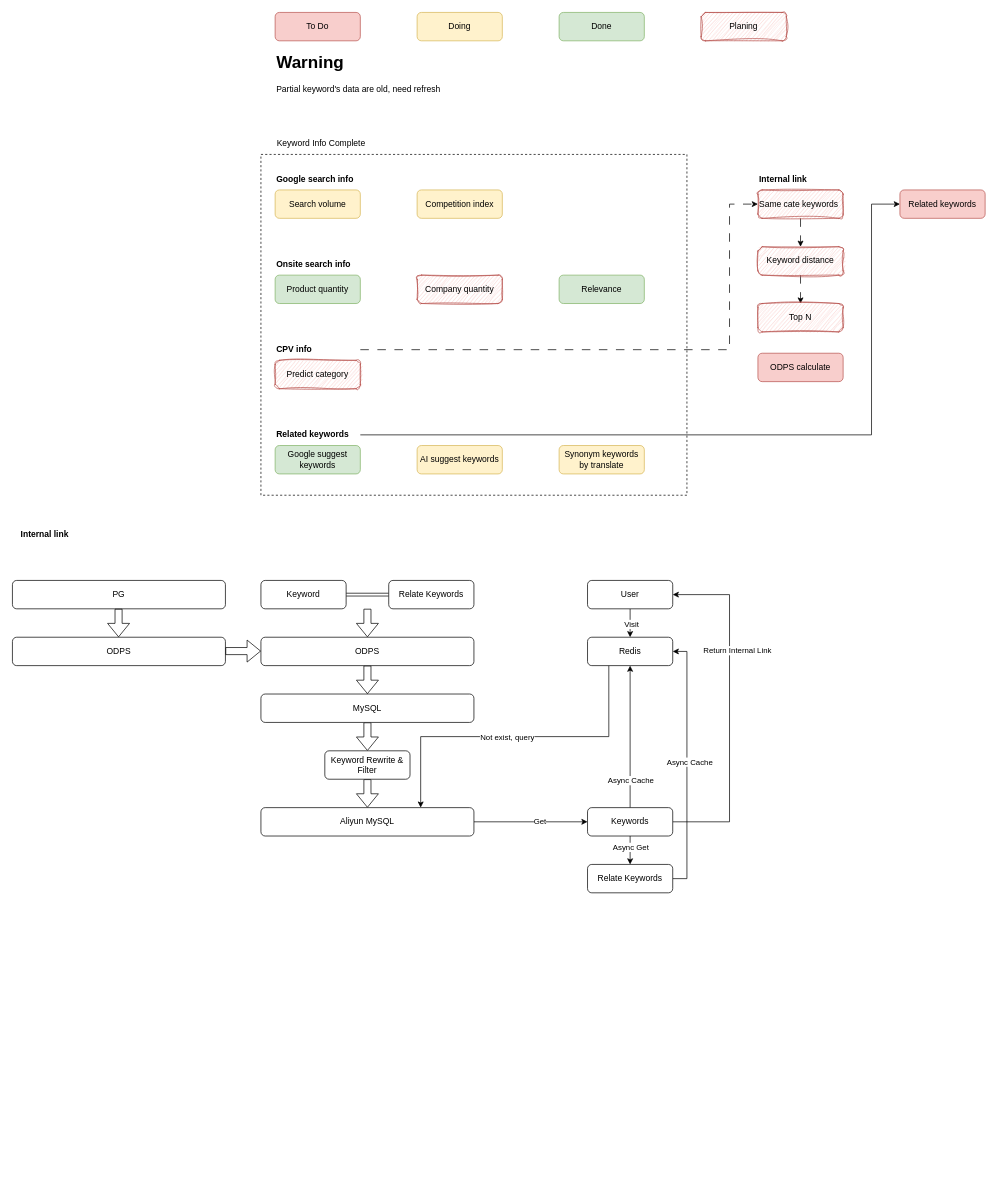
The draw.io diagram drawio/keyword_optimize.drawio in VisableHarry/seo-drawio, before the edit. Source tidied: cells renumbered, new cells numbered last; positions are measured from the earlier drawing's top-left corner, leaving out a move shared by most shapes. Both pictures are drawn from the tidied source at 71%, with x=0, y=0 at pixel (12, 12).
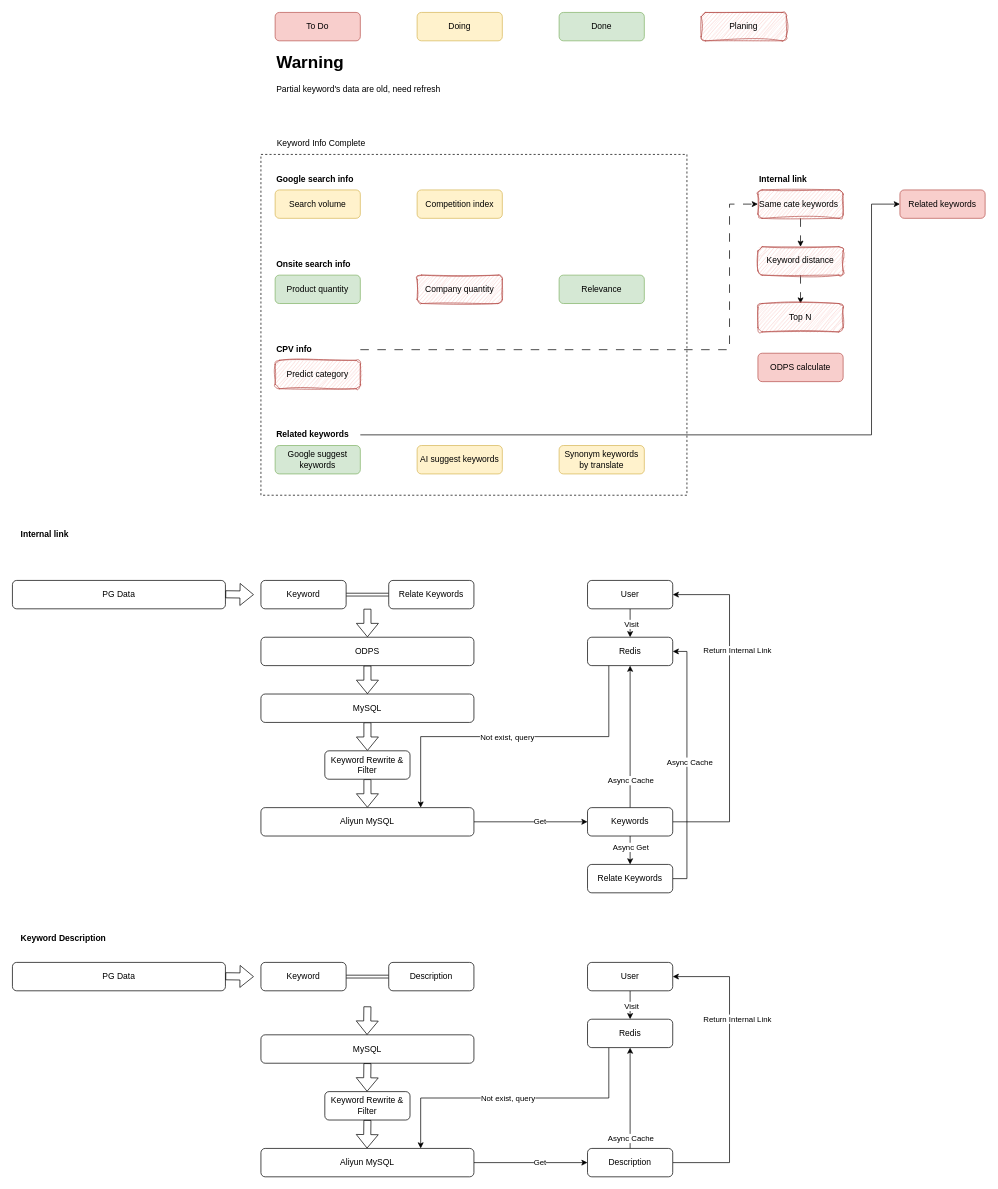
The same diagram, later.

What changed in the source:
```diff
@@
-    <mxCell id="62" value="PG" style="rounded=1;whiteSpace=wrap;html=1;" parent="1" vertex="1">
+    <mxCell id="62" value="PG Data" style="rounded=1;whiteSpace=wrap;html=1;" parent="1" vertex="1">
       <mxGeometry y="800" width="300" height="40" as="geometry" />
     </mxCell>
-    <mxCell id="63" value="ODPS" style="rounded=1;whiteSpace=wrap;html=1;" parent="1" vertex="1">
-      <mxGeometry y="880" width="300" height="40" as="geometry" />
-    </mxCell>
-    <mxCell id="64" style="shape=flexArrow;endArrow=classic;html=1;rounded=0;" parent="1" edge="1">
-      <mxGeometry relative="1" as="geometry">
-        <mxPoint x="149.5" y="840" as="sourcePoint" />
-        <mxPoint x="149.5" y="880" as="targetPoint" />
-      </mxGeometry>
-    </mxCell>
     <mxCell id="65" style="shape=flexArrow;endArrow=classic;html=1;rounded=0;" parent="1" edge="1">
       <mxGeometry relative="1" as="geometry">
-        <mxPoint x="300" y="899.5" as="sourcePoint" />
-        <mxPoint x="350" y="899.5" as="targetPoint" />
+        <mxPoint x="300" y="819.5" as="sourcePoint" />
+        <mxPoint x="340" y="820" as="targetPoint" />
       </mxGeometry>
     </mxCell>
+    <mxCell id="66" style="edgeStyle=orthogonalEdgeStyle;rounded=0;jettySize=auto;html=1;exitX=1;exitY=0.5;exitDx=0;exitDy=0;entryX=0;entryY=0.5;entryDx=0;entryDy=0;shape=link;" parent="1" edge="1" source="67" target="68">
+      <mxGeometry relative="1" as="geometry" />
+    </mxCell>
+    <mxCell id="67" value="Keyword" style="rounded=1;whiteSpace=wrap;html=1;" parent="1" vertex="1">
+      <mxGeometry x="350" y="1338" width="120" height="40" as="geometry" />
+    </mxCell>
+    <mxCell id="68" value="Description" style="rounded=1;whiteSpace=wrap;html=1;" parent="1" vertex="1">
+      <mxGeometry x="530" y="1338" width="120" height="40" as="geometry" />
+    </mxCell>
+    <mxCell id="69" value="MySQL" style="rounded=1;whiteSpace=wrap;html=1;" parent="1" vertex="1">
+      <mxGeometry x="350" y="1440" width="300" height="40" as="geometry" />
+    </mxCell>
+    <mxCell id="70" value="Keyword Rewrite &amp;amp; Filter" style="rounded=1;whiteSpace=wrap;html=1;" parent="1" vertex="1">
+      <mxGeometry x="440" y="1520" width="120" height="40" as="geometry" />
+    </mxCell>
+    <mxCell id="71" style="edgeStyle=orthogonalEdgeStyle;rounded=0;jettySize=auto;html=1;exitX=1;exitY=0.5;exitDx=0;exitDy=0;entryX=0;entryY=0.5;entryDx=0;entryDy=0;" parent="1" edge="1" source="73" target="84">
+      <mxGeometry relative="1" as="geometry" />
+    </mxCell>
+    <mxCell id="72" value="Get" style="edgeLabel;html=1;align=center;verticalAlign=middle;" parent="71" vertex="1">
+      <mxGeometry x="0.15" y="2" relative="1" as="geometry">
+        <mxPoint y="1" as="offset" />
+      </mxGeometry>
+    </mxCell>
+    <mxCell id="73" value="Aliyun MySQL" style="rounded=1;whiteSpace=wrap;html=1;" parent="1" vertex="1">
+      <mxGeometry x="350" y="1600" width="300" height="40" as="geometry" />
+    </mxCell>
+    <mxCell id="74" style="edgeStyle=orthogonalEdgeStyle;rounded=0;jettySize=auto;html=1;exitX=0.5;exitY=1;exitDx=0;exitDy=0;entryX=0.5;entryY=0;entryDx=0;entryDy=0;" parent="1" edge="1" source="76" target="79">
+      <mxGeometry relative="1" as="geometry" />
+    </mxCell>
+    <mxCell id="75" value="Visit" style="edgeLabel;html=1;align=center;verticalAlign=middle;" parent="74" vertex="1">
+      <mxGeometry x="0.03" y="1" relative="1" as="geometry" />
+    </mxCell>
+    <mxCell id="76" value="User" style="rounded=1;whiteSpace=wrap;html=1;" parent="1" vertex="1">
+      <mxGeometry x="810" y="1338" width="120" height="40" as="geometry" />
+    </mxCell>
+    <mxCell id="77" style="edgeStyle=orthogonalEdgeStyle;rounded=0;jettySize=auto;html=1;exitX=0.25;exitY=1;exitDx=0;exitDy=0;entryX=0.75;entryY=0;entryDx=0;entryDy=0;" parent="1" edge="1" source="79" target="73">
+      <mxGeometry relative="1" as="geometry" />
+    </mxCell>
+    <mxCell id="78" value="Not exist, query" style="edgeLabel;html=1;align=center;verticalAlign=middle;" parent="77" vertex="1">
+      <mxGeometry x="0.05" relative="1" as="geometry" />
+    </mxCell>
+    <mxCell id="79" value="Redis" style="rounded=1;whiteSpace=wrap;html=1;" parent="1" vertex="1">
+      <mxGeometry x="810" y="1418" width="120" height="40" as="geometry" />
+    </mxCell>
+    <mxCell id="80" style="edgeStyle=orthogonalEdgeStyle;rounded=0;jettySize=auto;html=1;exitX=0.5;exitY=0;exitDx=0;exitDy=0;entryX=0.5;entryY=1;entryDx=0;entryDy=0;" parent="1" edge="1" source="84" target="79">
+      <mxGeometry relative="1" as="geometry" />
+    </mxCell>
+    <mxCell id="81" value="Async Cache" style="edgeLabel;html=1;align=center;verticalAlign=middle;" parent="80" vertex="1">
+      <mxGeometry x="-0.17" relative="1" as="geometry">
+        <mxPoint y="44" as="offset" />
+      </mxGeometry>
+    </mxCell>
+    <mxCell id="82" style="edgeStyle=orthogonalEdgeStyle;rounded=0;jettySize=auto;html=1;exitX=1;exitY=0.5;exitDx=0;exitDy=0;entryX=1;entryY=0.5;entryDx=0;entryDy=0;" parent="1" edge="1" source="84" target="76">
+      <mxGeometry relative="1" as="geometry">
+        <Array as="points">
+          <mxPoint x="1010" y="1620" />
+          <mxPoint x="1010" y="1358" />
+        </Array>
+      </mxGeometry>
+    </mxCell>
+    <mxCell id="83" value="Return Internal Link" style="edgeLabel;html=1;align=center;verticalAlign=middle;" parent="82" vertex="1">
+      <mxGeometry x="0.34" y="-1" relative="1" as="geometry">
+        <mxPoint x="9" as="offset" />
+      </mxGeometry>
+    </mxCell>
+    <mxCell id="84" value="Description" style="rounded=1;whiteSpace=wrap;html=1;" parent="1" vertex="1">
+      <mxGeometry x="810" y="1600" width="120" height="40" as="geometry" />
+    </mxCell>
+    <mxCell id="85" value="PG Data" style="rounded=1;whiteSpace=wrap;html=1;" parent="1" vertex="1">
+      <mxGeometry y="1338" width="300" height="40" as="geometry" />
+    </mxCell>
+    <mxCell id="86" style="shape=flexArrow;endArrow=classic;html=1;rounded=0;" parent="1" edge="1">
+      <mxGeometry relative="1" as="geometry">
+        <mxPoint x="300" y="1357.5" as="sourcePoint" />
+        <mxPoint x="340" y="1358" as="targetPoint" />
+      </mxGeometry>
+    </mxCell>
+    <mxCell id="87" value="Keyword Description" style="text;html=1;align=left;verticalAlign=middle;whiteSpace=wrap;rounded=0;fontStyle=1;" parent="1" vertex="1">
+      <mxGeometry x="10" y="1289" width="140" height="30" as="geometry" />
+    </mxCell>
+    <mxCell id="88" style="shape=flexArrow;endArrow=classic;html=1;rounded=0;" parent="1" edge="1">
+      <mxGeometry relative="1" as="geometry">
+        <mxPoint x="500" y="1400" as="sourcePoint" />
+        <mxPoint x="499.5" y="1440" as="targetPoint" />
+      </mxGeometry>
+    </mxCell>
+    <mxCell id="89" style="shape=flexArrow;endArrow=classic;html=1;rounded=0;" parent="1" edge="1">
+      <mxGeometry relative="1" as="geometry">
+        <mxPoint x="500" y="1480" as="sourcePoint" />
+        <mxPoint x="499.5" y="1520" as="targetPoint" />
+      </mxGeometry>
+    </mxCell>
+    <mxCell id="90" style="shape=flexArrow;endArrow=classic;html=1;rounded=0;" parent="1" edge="1">
+      <mxGeometry relative="1" as="geometry">
+        <mxPoint x="500" y="1560" as="sourcePoint" />
+        <mxPoint x="499.5" y="1600" as="targetPoint" />
+      </mxGeometry>
+    </mxCell>
```
